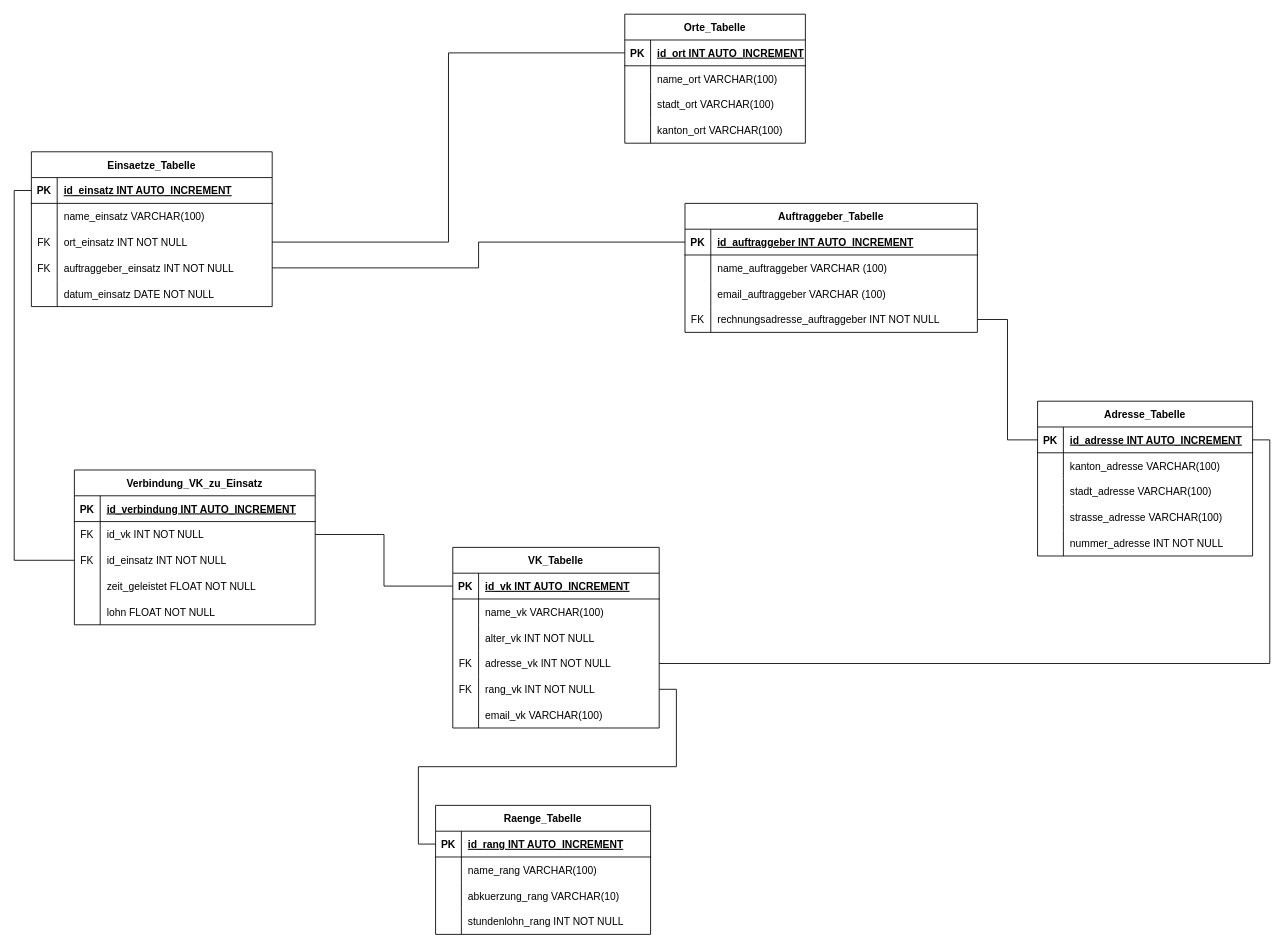
CMSuisse/ef5-Datenbank-Projekt keeps this draw.io diagram as ERM_Datenbank.drawio. Above is the earlier version. Source tidied: cells renumbered, new cells numbered last; positions are measured from the earlier drawing's top-left corner, leaving out a move shared by most shapes. Both pictures are drawn from the tidied source at 86%, with x=0, y=0 at pixel (31, 14).
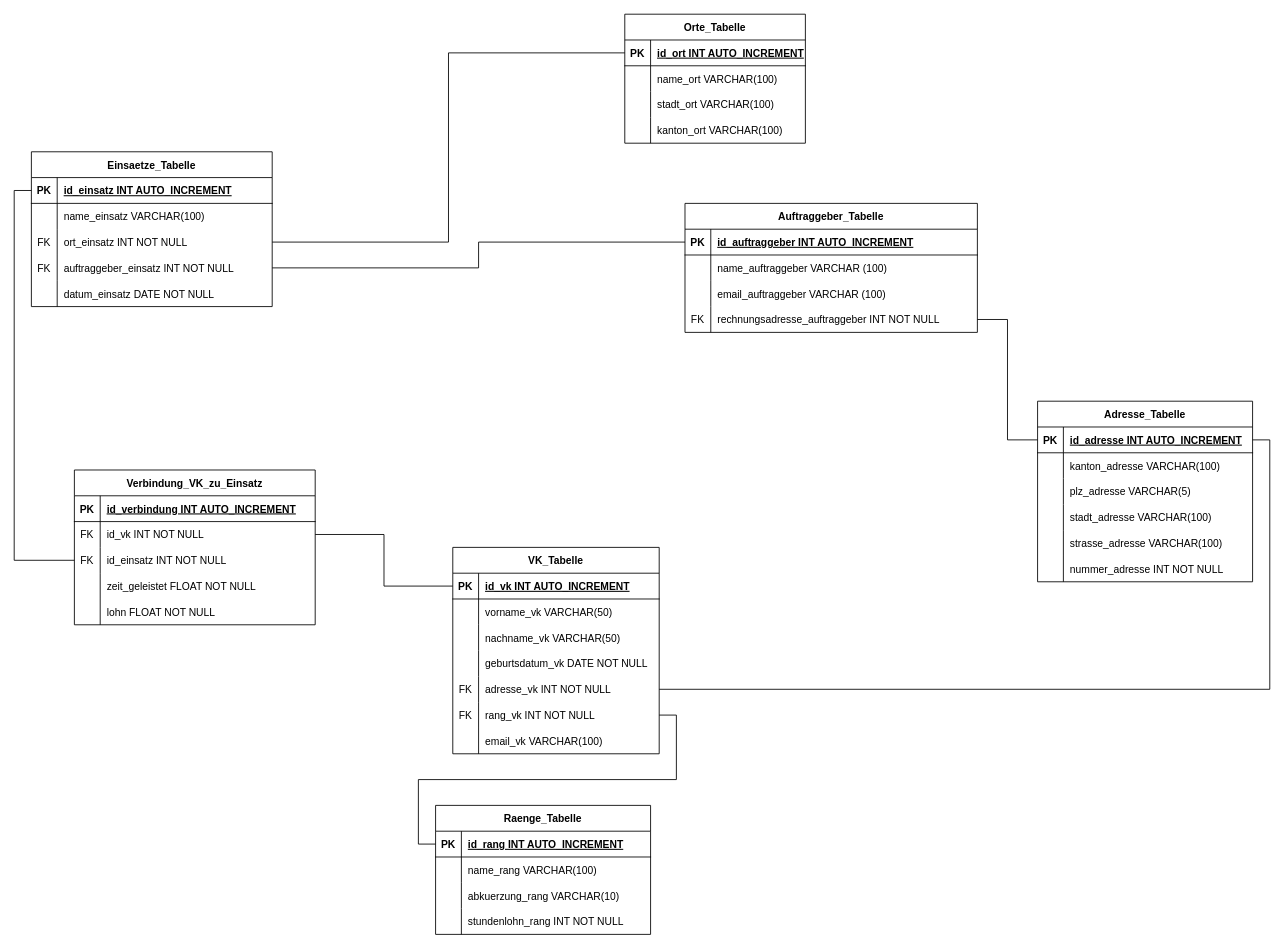
The same page after the edit.

The change refers to these unchanged cells:
```xml
<mxCell id="67" style="shape=tableRow;horizontal=0;startSize=0;swimlaneHead=0;swimlaneBody=0;fillColor=none;top=0;left=0;right=0;bottom=0;" parent="63" vertex="1">
  <mxGeometry y="60" width="240" height="30" as="geometry" />
</mxCell>
```

Change to the diagram source:
```diff
@@
     <mxCell id="46" value="Adresse_Tabelle" style="shape=table;startSize=30;childLayout=tableLayout;rowLines=0;fontStyle=1;align=center;" parent="1" vertex="1">
-      <mxGeometry x="1170" y="450" width="250" height="180" as="geometry" />
+      <mxGeometry x="1170" y="450" width="250" height="210" as="geometry" />
     </mxCell>
@@
+    <mxCell id="115" style="shape=tableRow;horizontal=0;startSize=0;swimlaneHead=0;swimlaneBody=0;fillColor=none;top=0;left=0;right=0;bottom=0;" parent="46" vertex="1">
+      <mxGeometry y="90" width="250" height="30" as="geometry" />
+    </mxCell>
+    <mxCell id="116" style="shape=partialRectangle;fillColor=none;top=0;left=0;bottom=0;right=0;overflow=hidden;" parent="115" vertex="1">
+      <mxGeometry width="30" height="30" as="geometry" />
+    </mxCell>
+    <mxCell id="117" value="plz_adresse VARCHAR(5)" style="shape=partialRectangle;fillColor=none;top=0;left=0;bottom=0;right=0;align=left;spacingLeft=6;overflow=hidden;" parent="115" vertex="1">
+      <mxGeometry x="30" width="220" height="30" as="geometry" />
+    </mxCell>
     <mxCell id="53" style="shape=tableRow;horizontal=0;startSize=0;swimlaneHead=0;swimlaneBody=0;fillColor=none;top=0;left=0;right=0;bottom=0;" parent="46" vertex="1">
-      <mxGeometry y="90" width="250" height="30" as="geometry" />
+      <mxGeometry y="120" width="250" height="30" as="geometry" />
     </mxCell>
@@
     <mxCell id="56" style="shape=tableRow;horizontal=0;startSize=0;swimlaneHead=0;swimlaneBody=0;fillColor=none;top=0;left=0;right=0;bottom=0;" parent="46" vertex="1">
-      <mxGeometry y="120" width="250" height="30" as="geometry" />
+      <mxGeometry y="150" width="250" height="30" as="geometry" />
     </mxCell>
@@
     <mxCell id="59" style="shape=tableRow;horizontal=0;startSize=0;swimlaneHead=0;swimlaneBody=0;fillColor=none;top=0;left=0;right=0;bottom=0;" parent="46" vertex="1">
-      <mxGeometry y="150" width="250" height="30" as="geometry" />
+      <mxGeometry y="180" width="250" height="30" as="geometry" />
     </mxCell>
@@
     <mxCell id="63" value="VK_Tabelle" style="shape=table;startSize=30;childLayout=tableLayout;rowLines=0;fontStyle=1;align=center;" parent="1" vertex="1">
-      <mxGeometry x="490" y="620" width="240" height="210" as="geometry" />
+      <mxGeometry x="490" y="620" width="240" height="240" as="geometry" />
     </mxCell>
@@
-    <mxCell id="69" value="name_vk VARCHAR(100)" style="shape=partialRectangle;fillColor=none;top=0;left=0;bottom=0;right=0;align=left;spacingLeft=6;overflow=hidden;" parent="67" vertex="1">
+    <mxCell id="69" value="vorname_vk VARCHAR(50)" style="shape=partialRectangle;fillColor=none;top=0;left=0;bottom=0;right=0;align=left;spacingLeft=6;overflow=hidden;" parent="67" vertex="1">
       <mxGeometry x="30" width="210" height="30" as="geometry" />
     </mxCell>
+    <mxCell id="118" style="shape=tableRow;horizontal=0;startSize=0;swimlaneHead=0;swimlaneBody=0;fillColor=none;top=0;left=0;right=0;bottom=0;" parent="63" vertex="1">
+      <mxGeometry y="90" width="240" height="30" as="geometry" />
+    </mxCell>
+    <mxCell id="119" style="shape=partialRectangle;fillColor=none;top=0;left=0;bottom=0;right=0;overflow=hidden;" parent="118" vertex="1">
+      <mxGeometry width="30" height="30" as="geometry" />
+    </mxCell>
+    <mxCell id="120" value="nachname_vk VARCHAR(50)" style="shape=partialRectangle;fillColor=none;top=0;left=0;bottom=0;right=0;align=left;spacingLeft=6;overflow=hidden;" parent="118" vertex="1">
+      <mxGeometry x="30" width="210" height="30" as="geometry" />
+    </mxCell>
     <mxCell id="70" style="shape=tableRow;horizontal=0;startSize=0;swimlaneHead=0;swimlaneBody=0;fillColor=none;top=0;left=0;right=0;bottom=0;" parent="63" vertex="1">
-      <mxGeometry y="90" width="240" height="30" as="geometry" />
+      <mxGeometry y="120" width="240" height="30" as="geometry" />
     </mxCell>
@@
-    <mxCell id="72" value="alter_vk INT NOT NULL" style="shape=partialRectangle;fillColor=none;top=0;left=0;bottom=0;right=0;align=left;spacingLeft=6;overflow=hidden;" parent="70" vertex="1">
+    <mxCell id="72" value="geburtsdatum_vk DATE NOT NULL" style="shape=partialRectangle;fillColor=none;top=0;left=0;bottom=0;right=0;align=left;spacingLeft=6;overflow=hidden;" parent="70" vertex="1">
       <mxGeometry x="30" width="210" height="30" as="geometry" />
     </mxCell>
     <mxCell id="73" style="shape=tableRow;horizontal=0;startSize=0;swimlaneHead=0;swimlaneBody=0;fillColor=none;points=[[0,0.5],[1,0.5]];portConstraint=eastwest;top=0;left=0;right=0;bottom=0;" parent="63" vertex="1">
-      <mxGeometry y="120" width="240" height="30" as="geometry" />
+      <mxGeometry y="150" width="240" height="30" as="geometry" />
     </mxCell>
@@
     <mxCell id="76" style="shape=tableRow;horizontal=0;startSize=0;swimlaneHead=0;swimlaneBody=0;fillColor=none;points=[[0,0.5],[1,0.5]];portConstraint=eastwest;top=0;left=0;right=0;bottom=0;" parent="63" vertex="1">
-      <mxGeometry y="150" width="240" height="30" as="geometry" />
+      <mxGeometry y="180" width="240" height="30" as="geometry" />
     </mxCell>
@@
     <mxCell id="79" style="shape=tableRow;horizontal=0;startSize=0;swimlaneHead=0;swimlaneBody=0;fillColor=none;top=0;left=0;right=0;bottom=0;" parent="63" vertex="1">
-      <mxGeometry y="180" width="240" height="30" as="geometry" />
+      <mxGeometry y="210" width="240" height="30" as="geometry" />
     </mxCell>
```
